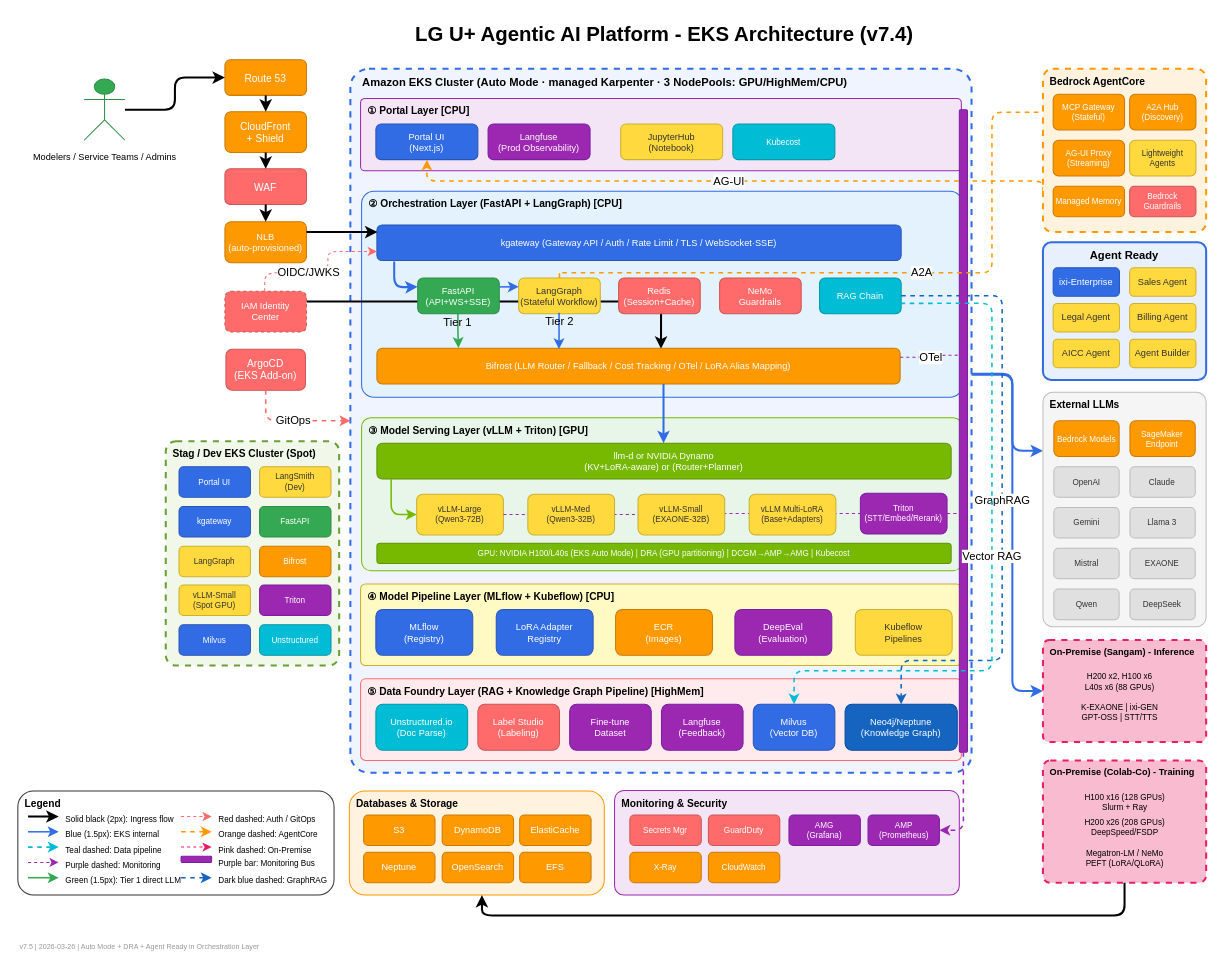
The draw.io diagram static/LG U+ Agentic AI Platform(with Ontology and fine tunning feature).drawio in devfloor9/engineering-playbook, before the edit. Source tidied: cells renumbered, new cells numbered last; positions are measured from the earlier drawing's top-left corner, leaving out a move shared by most shapes. Both pictures are drawn from the tidied source at 102%, with x=0, y=0 at pixel (17, 17).
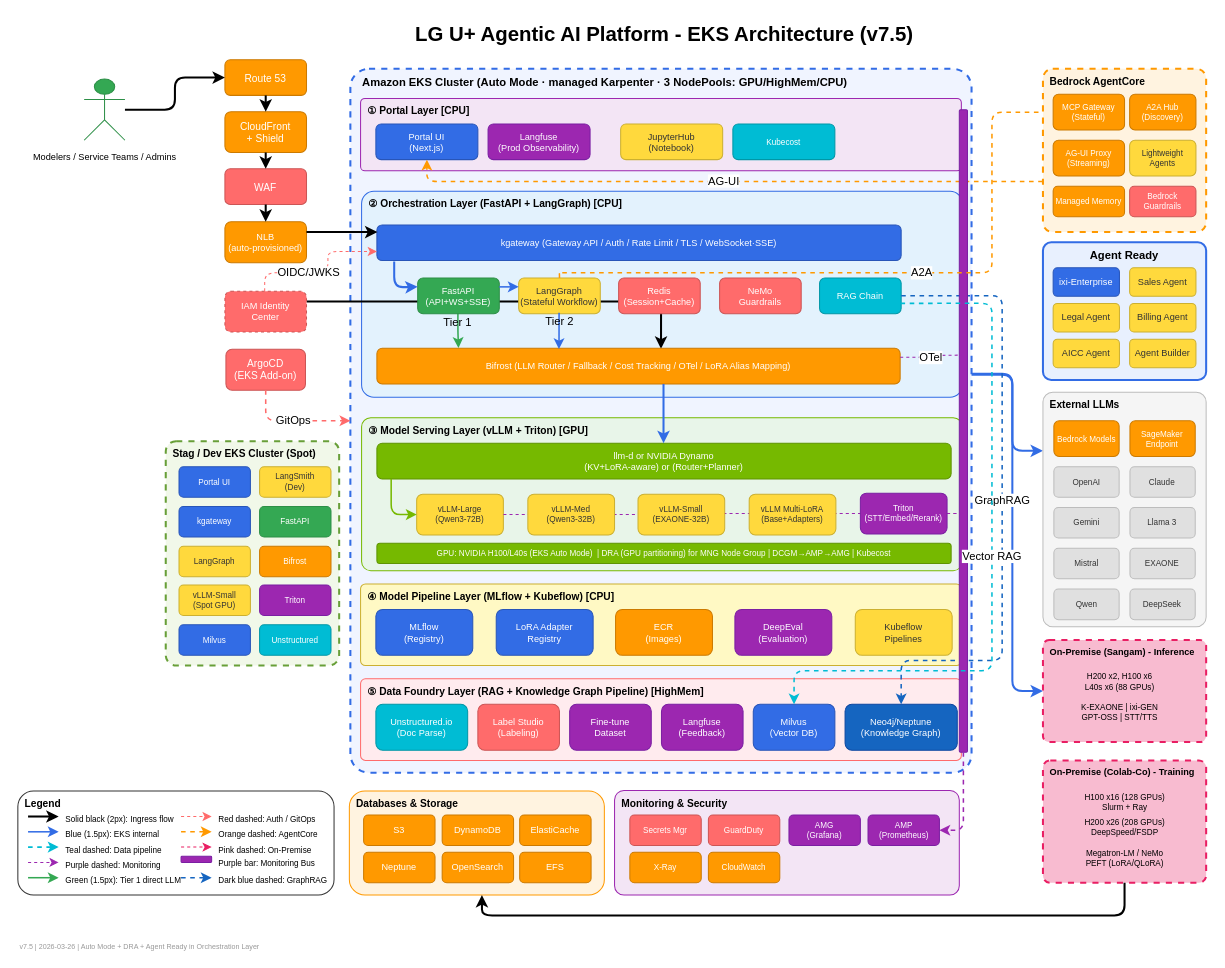
After the change.

The change refers to these unchanged cells:
```xml
<mxCell id="22" value="Portal UI&#10;(Next.js)" style="rounded=1;whiteSpace=wrap;html=1;fillColor=#326CE5;strokeColor=#2855B8;fontColor=#FFFFFF;fontSize=9;" parent="1" vertex="1">
  <mxGeometry x="351" y="104" width="100" height="35" as="geometry" />
</mxCell>
<mxCell id="128" value="Bedrock AgentCore" style="rounded=1;whiteSpace=wrap;html=1;fillColor=#FFF3E0;strokeColor=#FF9900;strokeWidth=2;dashed=1;verticalAlign=top;fontStyle=1;fontSize=10;align=left;spacingLeft=5;arcSize=6;" parent="127" vertex="1">
  <mxGeometry width="160" height="160" as="geometry" />
</mxCell>
```

Diff of the diagram source:
```diff
@@
-    <mxCell id="7" value="LG U+ Agentic AI Platform - EKS Architecture (v7.4)" style="text;html=1;strokeColor=none;fillColor=none;align=center;verticalAlign=middle;whiteSpace=wrap;rounded=0;fontSize=20;fontStyle=1;fontFamily=Helvetica;" parent="1" vertex="1">
+    <mxCell id="7" value="LG U+ Agentic AI Platform - EKS Architecture (v7.5)" style="text;html=1;strokeColor=none;fillColor=none;align=center;verticalAlign=middle;whiteSpace=wrap;rounded=0;fontSize=20;fontStyle=1;fontFamily=Helvetica;" parent="1" vertex="1">
       <mxGeometry x="233.5" width="800" height="30" as="geometry" />
     </mxCell>
@@
-    <mxCell id="35" value="GPU: NVIDIA H100/L40s (EKS Auto Mode) | DRA (GPU partitioning) | DCGM→AMP→AMG | Kubecost" style="rounded=1;whiteSpace=wrap;html=1;fillColor=#76B900;strokeColor=#5E9400;fontColor=#FFFFFF;fontSize=8;" parent="1" vertex="1">
+    <mxCell id="35" value="GPU: NVIDIA H100/L40s (EKS Auto Mode)&amp;nbsp;&amp;nbsp;| DRA (GPU partitioning) for MNG Node Group | DCGM→AMP→AMG | Kubecost" style="rounded=1;whiteSpace=wrap;html=1;fillColor=#76B900;strokeColor=#5E9400;fontColor=#FFFFFF;fontSize=8;" parent="1" vertex="1">
       <mxGeometry x="352" y="515" width="563" height="20" as="geometry" />
     </mxCell>
@@
-    <mxCell id="65" value="AG-UI" style="edgeStyle=orthogonalEdgeStyle;html=1;entryX=0.5;entryY=1;endArrow=classic;strokeWidth=1.5;strokeColor=#FF9900;dashed=1;entryDx=0;entryDy=0;labelBackgroundColor=default;exitX=0;exitY=0.75;exitDx=0;exitDy=0;" parent="1" edge="1" source="128" target="22">
+    <mxCell id="65" value="AG-UI" style="edgeStyle=orthogonalEdgeStyle;html=1;entryX=0.5;entryY=1;endArrow=classic;strokeWidth=1.5;strokeColor=#FF9900;dashed=1;entryDx=0;entryDy=0;labelBackgroundColor=default;exitX=-0.001;exitY=0.69;exitDx=0;exitDy=0;exitPerimeter=0;" parent="1" edge="1" source="128" target="22">
       <mxGeometry relative="1" as="geometry">
         <Array as="points">
-          <mxPoint x="1005" y="160" />
           <mxPoint x="401" y="160" />
         </Array>
       </mxGeometry>
     </mxCell>
```
